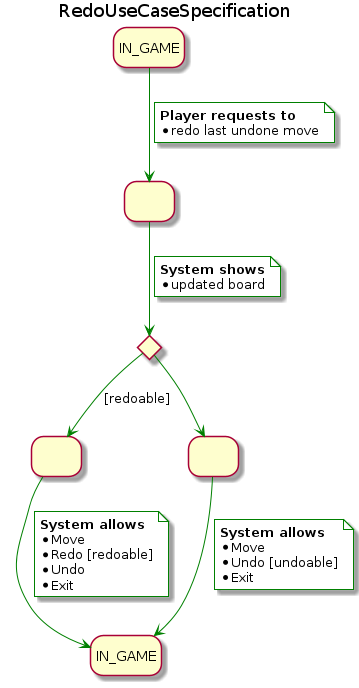
Master-Desarrollo-20-21/patrones-diseno---practica-final---juego-de-las-damas-fraylopez keeps this PlantUML diagram as docs/output/use-cases/specification/RedoUseCaseSpecification.png. Above is the earlier version. Its diagram source:
```plantuml
@startuml RedoUseCaseSpecification
title RedoUseCaseSpecification
skinparam NoteBackgroundColor white
hide empty description

state redoDialog as " "
state ifRedoable <<choice>>
state redoable as " "
state not_redoable as " "

state END_IN_GAME as "IN_GAME"


IN_GAME -[#green]-> redoDialog
note on link #white
  <b>Player requests to
  * redo last undone move
end note
redoDialog -[#green]-> ifRedoable
note on link #white
  <b>System shows
  * updated board
end note

ifRedoable -[#green]-> redoable : [redoable]
ifRedoable -[#green]-> not_redoable


redoable -[#green]-> END_IN_GAME
note on link
  <b>System allows
  * Move
  * Redo [redoable]
  * Undo
  * Exit
end note

not_redoable -[#green]-> END_IN_GAME
note on link
  <b>System allows
  * Move
  * Undo [undoable]
  * Exit
end note


@enduml
```
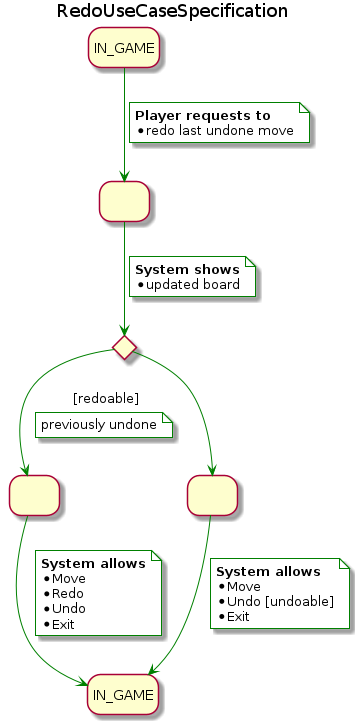
Later version of the same file.

The edit, as a diff of the source:
```diff
@@ -23,6 +23,9 @@
 end note
 
 ifRedoable -[#green]-> redoable : [redoable]
+note on link
+  previously undone
+end note
 ifRedoable -[#green]-> not_redoable
 
 
@@ -30,7 +33,7 @@
 note on link
   <b>System allows
   * Move
-  * Redo [redoable]
+  * Redo
   * Undo
   * Exit
 end note
```
